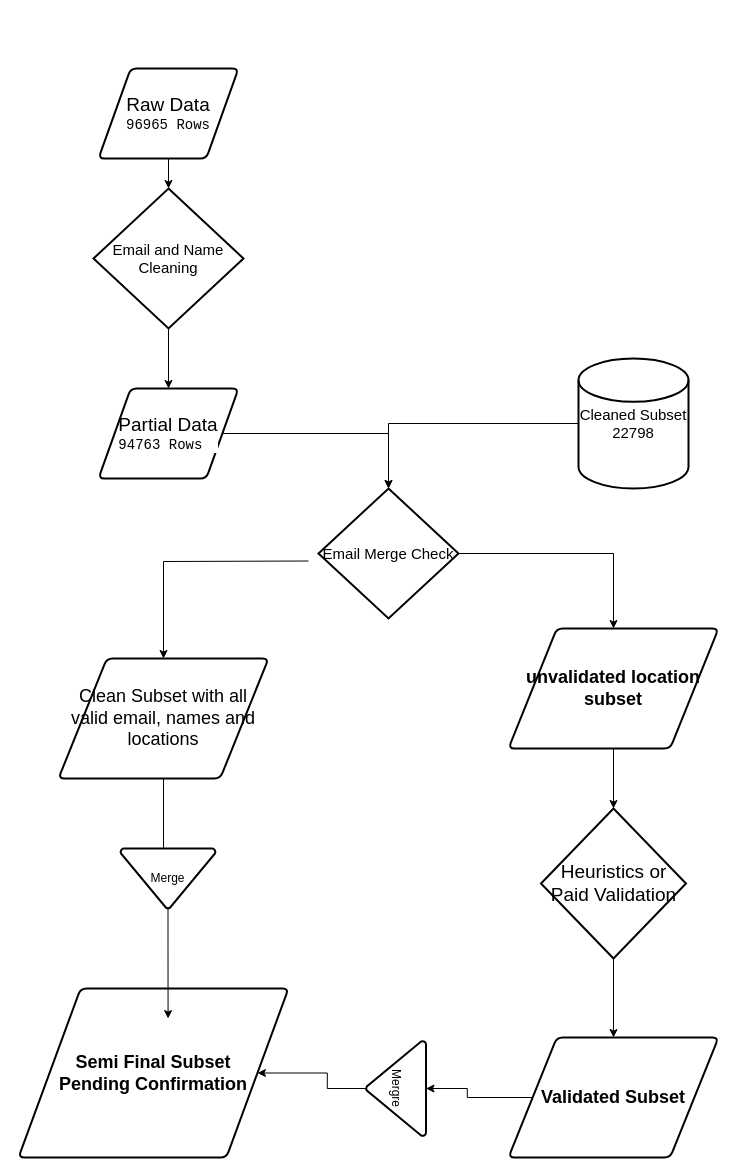
istari7/wrangling_vhr keeps this draw.io diagram as page "Page-1" (1 of 2) of Untitled Diagram.drawio. Above is the earlier version. Source tidied: cells renumbered, new cells numbered last; positions are measured from the earlier drawing's top-left corner, leaving out a move shared by most shapes. Both pictures are drawn from the tidied source at 100%, with x=0, y=0 at pixel (18, 68).
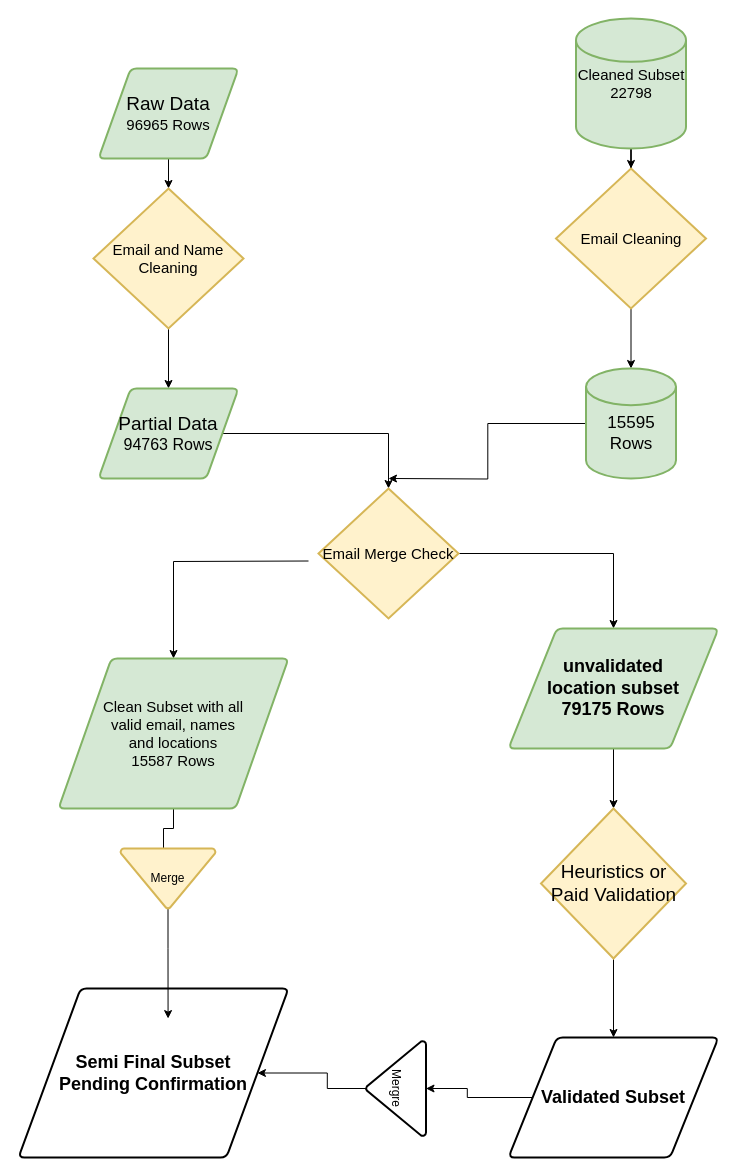
The same diagram, later.

Change to the diagram source:
```diff
@@
-    <mxCell id="3" value="&lt;font style=&quot;font-size: 19px&quot;&gt;Raw Data&lt;/font&gt;&lt;br&gt;&lt;pre style=&quot;margin-top: 0px ; margin-bottom: 0px ; padding: 0px ; font-size: 14px ; border-radius: 0px ; line-height: inherit ; word-break: break-all ; overflow-wrap: break-word ; background-color: rgb(255 , 255 , 255) ; border: 0px ; vertical-align: baseline ; text-align: left&quot;&gt;96965 Rows&lt;/pre&gt;" style="shape=parallelogram;html=1;strokeWidth=2;perimeter=parallelogramPerimeter;whiteSpace=wrap;rounded=1;arcSize=12;size=0.23;" parent="1" vertex="1">
+    <mxCell id="3" value="&lt;font&gt;&lt;span style=&quot;font-size: 19px&quot;&gt;Raw Data&lt;/span&gt;&lt;br&gt;&lt;font style=&quot;font-size: 15px&quot;&gt;96965 Rows&lt;/font&gt;&lt;br&gt;&lt;/font&gt;" style="shape=parallelogram;html=1;strokeWidth=2;perimeter=parallelogramPerimeter;whiteSpace=wrap;rounded=1;arcSize=12;size=0.23;fillColor=#d5e8d4;strokeColor=#82b366;" parent="1" vertex="1">
       <mxGeometry x="80" width="140" height="90" as="geometry" />
     </mxCell>
@@
-    <mxCell id="5" value="&lt;font style=&quot;font-size: 15px&quot;&gt;Email and Name&lt;br&gt;Cleaning&lt;/font&gt;" style="strokeWidth=2;html=1;shape=mxgraph.flowchart.decision;whiteSpace=wrap;" parent="1" vertex="1">
+    <mxCell id="5" value="&lt;font style=&quot;font-size: 15px&quot;&gt;Email and Name&lt;br&gt;Cleaning&lt;/font&gt;" style="strokeWidth=2;html=1;shape=mxgraph.flowchart.decision;whiteSpace=wrap;fillColor=#fff2cc;strokeColor=#d6b656;" parent="1" vertex="1">
       <mxGeometry x="75" y="120" width="150" height="140" as="geometry" />
     </mxCell>
@@
-    <mxCell id="7" value="&lt;font style=&quot;font-size: 19px&quot;&gt;Partial Data&lt;/font&gt;&lt;br&gt;&lt;pre style=&quot;margin-top: 0px ; margin-bottom: 0px ; padding: 0px ; font-size: 14px ; border-radius: 0px ; line-height: inherit ; word-break: break-all ; overflow-wrap: break-word ; background-color: rgb(255 , 255 , 255) ; border: 0px ; vertical-align: baseline ; text-align: left&quot;&gt;94763 Rows&lt;/pre&gt;" style="shape=parallelogram;html=1;strokeWidth=2;perimeter=parallelogramPerimeter;whiteSpace=wrap;rounded=1;arcSize=12;size=0.23;" parent="1" vertex="1">
+    <mxCell id="7" value="&lt;font&gt;&lt;span style=&quot;font-size: 19px&quot;&gt;Partial Data&lt;/span&gt;&lt;br&gt;&lt;font style=&quot;font-size: 16px&quot;&gt;94763 Rows&lt;/font&gt;&lt;br&gt;&lt;/font&gt;" style="shape=parallelogram;html=1;strokeWidth=2;perimeter=parallelogramPerimeter;whiteSpace=wrap;rounded=1;arcSize=12;size=0.23;fillColor=#d5e8d4;strokeColor=#82b366;" parent="1" vertex="1">
       <mxGeometry x="80" y="320" width="140" height="90" as="geometry" />
     </mxCell>
-    <mxCell id="8" style="edgeStyle=orthogonalEdgeStyle;rounded=0;jettySize=auto;html=1;entryX=0.5;entryY=0;entryDx=0;entryDy=0;entryPerimeter=0;" parent="1" edge="1" source="9" target="14">
-      <mxGeometry relative="1" as="geometry" />
-    </mxCell>
+    <mxCell id="26" style="edgeStyle=orthogonalEdgeStyle;rounded=0;jettySize=auto;html=1;" parent="1" edge="1" source="9" target="28">
+      <mxGeometry relative="1" as="geometry" />
+    </mxCell>
-    <mxCell id="9" value="&lt;font style=&quot;font-size: 15px&quot;&gt;Cleaned Subset&lt;br&gt;22798&lt;/font&gt;" style="strokeWidth=2;html=1;shape=mxgraph.flowchart.database;whiteSpace=wrap;" parent="1" vertex="1">
-      <mxGeometry x="560" y="290" width="110" height="130" as="geometry" />
+    <mxCell id="9" value="&lt;font style=&quot;font-size: 15px&quot;&gt;Cleaned Subset&lt;br&gt;22798&lt;/font&gt;" style="strokeWidth=2;html=1;shape=mxgraph.flowchart.database;whiteSpace=wrap;fillColor=#d5e8d4;strokeColor=#82b366;" parent="1" vertex="1">
+      <mxGeometry x="557.5" y="-50" width="110" height="130" as="geometry" />
     </mxCell>
@@
-    <mxCell id="12" value="&lt;font style=&quot;font-size: 18px&quot;&gt;Clean Subset with all valid email, names and locations&lt;/font&gt;" style="shape=parallelogram;html=1;strokeWidth=2;perimeter=parallelogramPerimeter;whiteSpace=wrap;rounded=1;arcSize=12;size=0.23;" parent="1" vertex="1">
-      <mxGeometry x="40" y="590" width="210" height="120" as="geometry" />
+    <mxCell id="12" value="&lt;font style=&quot;font-size: 15px&quot;&gt;Clean Subset with all &lt;br&gt;valid email, names &lt;br&gt;and locations&lt;br&gt;15587 Rows&lt;br&gt;&lt;/font&gt;" style="shape=parallelogram;html=1;strokeWidth=2;perimeter=parallelogramPerimeter;whiteSpace=wrap;rounded=1;arcSize=12;size=0.23;fillColor=#d5e8d4;strokeColor=#82b366;" parent="1" vertex="1">
+      <mxGeometry x="40" y="590" width="230" height="150" as="geometry" />
     </mxCell>
@@
-    <mxCell id="14" value="&lt;font style=&quot;font-size: 15px&quot;&gt;Email Merge Check&lt;/font&gt;" style="strokeWidth=2;html=1;shape=mxgraph.flowchart.decision;whiteSpace=wrap;" parent="1" vertex="1">
+    <mxCell id="14" value="&lt;font style=&quot;font-size: 15px&quot;&gt;Email Merge Check&lt;/font&gt;" style="strokeWidth=2;html=1;shape=mxgraph.flowchart.decision;whiteSpace=wrap;fillColor=#fff2cc;strokeColor=#d6b656;" parent="1" vertex="1">
       <mxGeometry x="300" y="420" width="140" height="130" as="geometry" />
     </mxCell>
@@
-    <mxCell id="16" value="&lt;font style=&quot;font-size: 18px&quot;&gt;&lt;b&gt;unvalidated location subset&lt;/b&gt;&lt;/font&gt;" style="shape=parallelogram;html=1;strokeWidth=2;perimeter=parallelogramPerimeter;whiteSpace=wrap;rounded=1;arcSize=12;size=0.23;" parent="1" vertex="1">
+    <mxCell id="16" value="&lt;font style=&quot;font-size: 18px&quot;&gt;&lt;b&gt;unvalidated &lt;br&gt;location subset&lt;br&gt;79175 Rows&lt;br&gt;&lt;/b&gt;&lt;/font&gt;" style="shape=parallelogram;html=1;strokeWidth=2;perimeter=parallelogramPerimeter;whiteSpace=wrap;rounded=1;arcSize=12;size=0.23;fillColor=#d5e8d4;strokeColor=#82b366;" parent="1" vertex="1">
       <mxGeometry x="490" y="560" width="210" height="120" as="geometry" />
     </mxCell>
@@
-    <mxCell id="18" value="&lt;font style=&quot;font-size: 19px&quot;&gt;Heuristics or Paid Validation&lt;/font&gt;" style="strokeWidth=2;html=1;shape=mxgraph.flowchart.decision;whiteSpace=wrap;" parent="1" vertex="1">
+    <mxCell id="18" value="&lt;font style=&quot;font-size: 19px&quot;&gt;Heuristics or Paid Validation&lt;/font&gt;" style="strokeWidth=2;html=1;shape=mxgraph.flowchart.decision;whiteSpace=wrap;fillColor=#fff2cc;strokeColor=#d6b656;" parent="1" vertex="1">
       <mxGeometry x="522.5" y="740" width="145" height="150" as="geometry" />
     </mxCell>
@@
-    <mxCell id="25" value="Merge" style="strokeWidth=2;html=1;shape=mxgraph.flowchart.merge_or_storage;whiteSpace=wrap;" parent="1" vertex="1">
+    <mxCell id="25" value="Merge" style="strokeWidth=2;html=1;shape=mxgraph.flowchart.merge_or_storage;whiteSpace=wrap;fillColor=#fff2cc;strokeColor=#d6b656;" parent="1" vertex="1">
       <mxGeometry x="102" y="780" width="95" height="60" as="geometry" />
     </mxCell>
+    <mxCell id="27" style="edgeStyle=orthogonalEdgeStyle;rounded=0;jettySize=auto;html=1;" parent="1" edge="1" source="28" target="30">
+      <mxGeometry relative="1" as="geometry" />
+    </mxCell>
+    <mxCell id="28" value="&lt;font style=&quot;font-size: 15px&quot;&gt;Email Cleaning&lt;/font&gt;" style="strokeWidth=2;html=1;shape=mxgraph.flowchart.decision;whiteSpace=wrap;fillColor=#fff2cc;strokeColor=#d6b656;" parent="1" vertex="1">
+      <mxGeometry x="537.5" y="100" width="150" height="140" as="geometry" />
+    </mxCell>
+    <mxCell id="29" style="edgeStyle=orthogonalEdgeStyle;rounded=0;jettySize=auto;html=1;" parent="1" edge="1" source="30">
+      <mxGeometry relative="1" as="geometry">
+        <mxPoint x="370" y="410" as="targetPoint" />
+      </mxGeometry>
+    </mxCell>
+    <mxCell id="30" value="&lt;font style=&quot;font-size: 17px&quot;&gt;&lt;br&gt;&lt;font style=&quot;font-size: 17px&quot;&gt;15595&lt;/font&gt; Rows&lt;/font&gt;" style="strokeWidth=2;html=1;shape=mxgraph.flowchart.database;whiteSpace=wrap;fillColor=#d5e8d4;strokeColor=#82b366;" parent="1" vertex="1">
+      <mxGeometry x="567.5" y="300" width="90" height="110" as="geometry" />
+    </mxCell>
```
